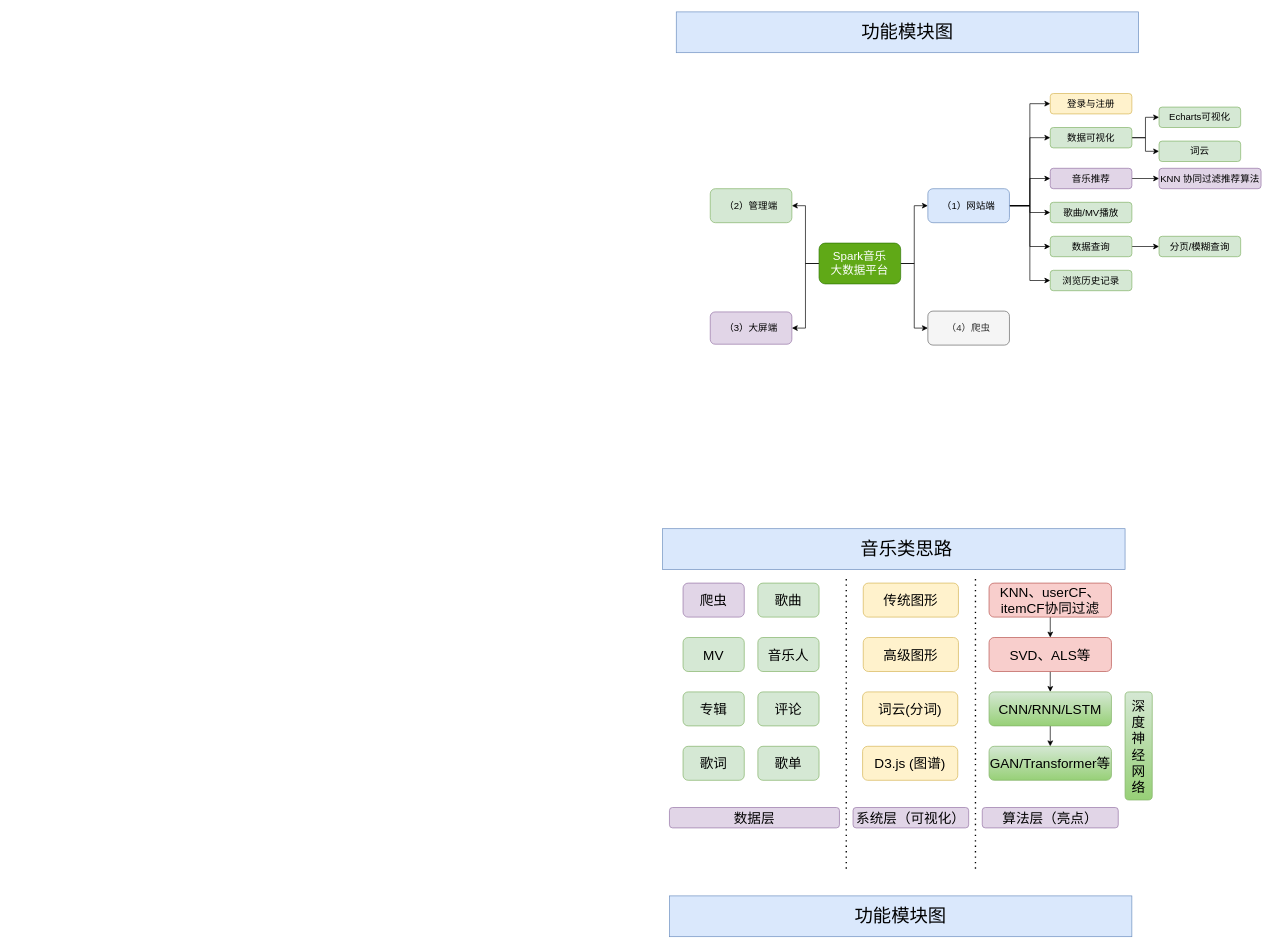
Above: SPARK/01-Music.drawio in redcomet88/DRAW (draw.io), before the change. Source tidied: cells renumbered, new cells numbered last; positions are measured from the earlier drawing's top-left corner, leaving out a move shared by most shapes. Both pictures are drawn from the tidied source at 68%, with x=0, y=0 at pixel (662, 12).
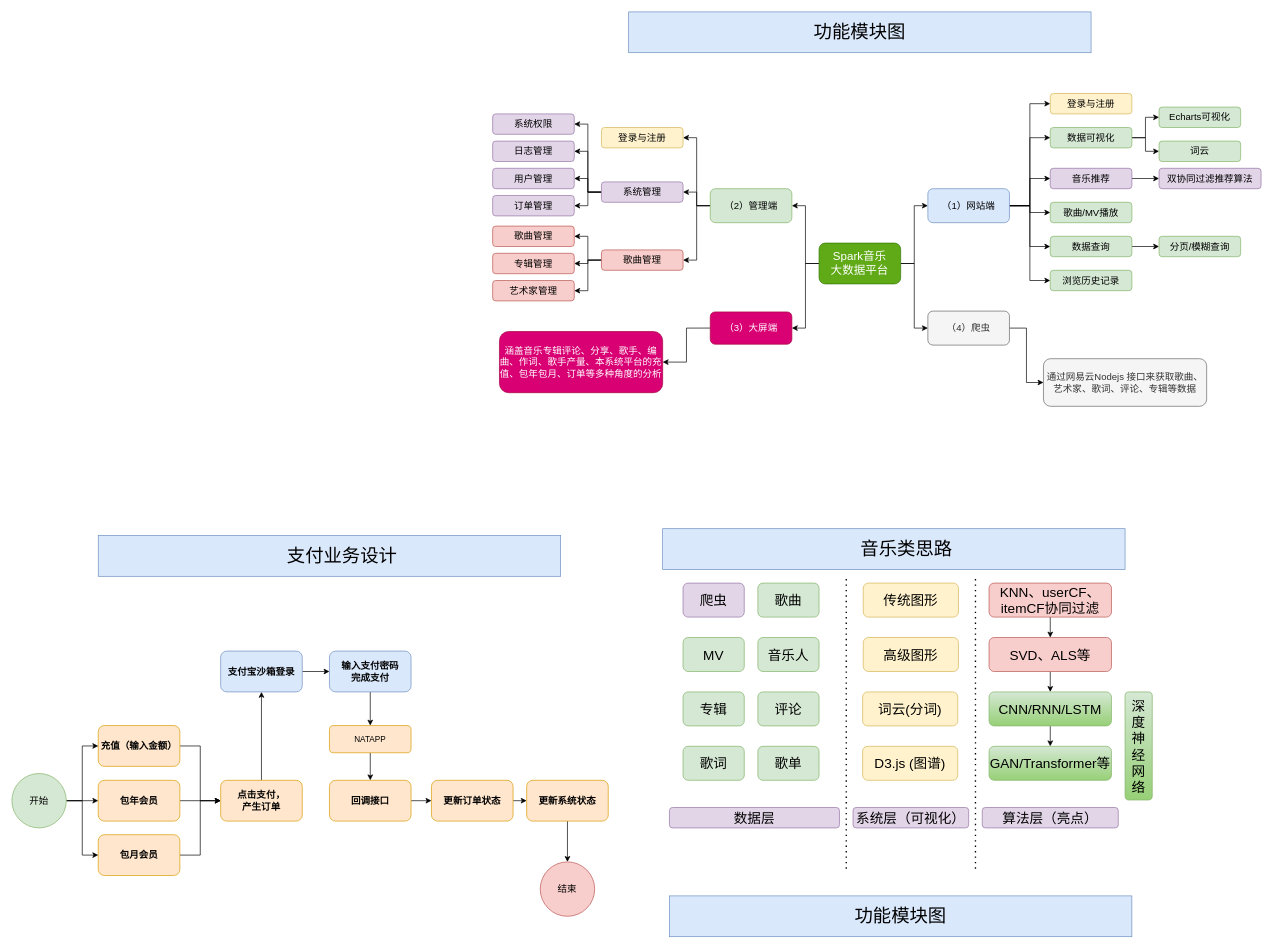
Above is the later version.

The change refers to these unchanged cells:
```xml
<mxCell id="31" value="（4）爬虫" style="rounded=1;whiteSpace=wrap;html=1;fontSize=14;fillColor=#f5f5f5;strokeColor=#666666;fontColor=#333333;" parent="1" vertex="1">
  <mxGeometry x="390" y="440" width="120" height="50" as="geometry" />
</mxCell>
<mxCell id="58" value="（2）管理端" style="rounded=1;whiteSpace=wrap;html=1;fontSize=14;fillColor=#d5e8d4;strokeColor=#82b366;" parent="1" vertex="1">
  <mxGeometry x="70" y="260" width="120" height="50" as="geometry" />
</mxCell>
```

Diff of the diagram source:
```diff
@@
     <mxCell id="10" value="功能模块图" style="text;html=1;strokeColor=#6c8ebf;fillColor=#dae8fc;align=center;verticalAlign=middle;whiteSpace=wrap;rounded=0;fontSize=27;" parent="1" vertex="1">
-      <mxGeometry x="20" width="680" height="60" as="geometry" />
+      <mxGeometry x="-50" width="680" height="60" as="geometry" />
     </mxCell>
@@
-    <mxCell id="30" value="KNN 协同过滤推荐算法" style="rounded=1;whiteSpace=wrap;html=1;fontSize=14;fillColor=#e1d5e7;strokeColor=#9673a6;" parent="1" vertex="1">
+    <mxCell id="30" value="双协同过滤推荐算法" style="rounded=1;whiteSpace=wrap;html=1;fontSize=14;fillColor=#e1d5e7;strokeColor=#9673a6;" parent="1" vertex="1">
       <mxGeometry x="730" y="230" width="150" height="30" as="geometry" />
     </mxCell>
+    <mxCell id="60" style="edgeStyle=orthogonalEdgeStyle;rounded=0;jettySize=auto;html=1;exitX=1;exitY=0.5;exitDx=0;exitDy=0;entryX=0;entryY=0.5;entryDx=0;entryDy=0;" parent="1" edge="1" source="31" target="83">
+      <mxGeometry relative="1" as="geometry" />
+    </mxCell>
@@
+    <mxCell id="61" style="edgeStyle=orthogonalEdgeStyle;rounded=0;jettySize=auto;html=1;exitX=0;exitY=0.5;exitDx=0;exitDy=0;entryX=1;entryY=0.5;entryDx=0;entryDy=0;" parent="1" edge="1" source="58" target="76">
+      <mxGeometry relative="1" as="geometry" />
+    </mxCell>
+    <mxCell id="62" style="edgeStyle=orthogonalEdgeStyle;rounded=0;jettySize=auto;html=1;exitX=0;exitY=0.5;exitDx=0;exitDy=0;entryX=1;entryY=0.5;entryDx=0;entryDy=0;" parent="1" edge="1" source="58" target="81">
+      <mxGeometry relative="1" as="geometry" />
+    </mxCell>
+    <mxCell id="63" style="edgeStyle=orthogonalEdgeStyle;rounded=0;jettySize=auto;html=1;exitX=0;exitY=0.5;exitDx=0;exitDy=0;entryX=1;entryY=0.5;entryDx=0;entryDy=0;" parent="1" edge="1" source="58" target="66">
+      <mxGeometry relative="1" as="geometry" />
+    </mxCell>
@@
+    <mxCell id="64" style="edgeStyle=orthogonalEdgeStyle;rounded=0;jettySize=auto;html=1;exitX=0;exitY=0.5;exitDx=0;exitDy=0;entryX=1;entryY=0.5;entryDx=0;entryDy=0;" parent="1" edge="1" source="59" target="82">
+      <mxGeometry relative="1" as="geometry" />
+    </mxCell>
-    <mxCell id="59" value="（3）大屏端" style="rounded=1;whiteSpace=wrap;html=1;fontSize=14;fillColor=#e1d5e7;strokeColor=#9673a6;" parent="1" vertex="1">
+    <mxCell id="59" value="（3）大屏端" style="rounded=1;whiteSpace=wrap;html=1;fontSize=14;fillColor=#d80073;strokeColor=#A50040;fontColor=#ffffff;" parent="1" vertex="1">
       <mxGeometry x="70" y="441.2" width="120" height="47.5" as="geometry" />
     </mxCell>
+    <mxCell id="65" value="用户管理" style="rounded=1;whiteSpace=wrap;html=1;fontSize=14;fillColor=#e1d5e7;strokeColor=#9673a6;" parent="1" vertex="1">
+      <mxGeometry x="-250" y="230" width="120" height="30" as="geometry" />
+    </mxCell>
+    <mxCell id="66" value="登录与注册" style="rounded=1;whiteSpace=wrap;html=1;fontSize=14;fillColor=#fff2cc;strokeColor=#d6b656;" parent="1" vertex="1">
+      <mxGeometry x="-90" y="170" width="120" height="30" as="geometry" />
+    </mxCell>
+    <mxCell id="67" value="系统权限" style="rounded=1;whiteSpace=wrap;html=1;fontSize=14;fillColor=#e1d5e7;strokeColor=#9673a6;" parent="1" vertex="1">
+      <mxGeometry x="-250" y="150" width="120" height="30" as="geometry" />
+    </mxCell>
+    <mxCell id="68" value="歌曲管理" style="rounded=1;whiteSpace=wrap;html=1;fontSize=14;fillColor=#f8cecc;strokeColor=#b85450;" parent="1" vertex="1">
+      <mxGeometry x="-250" y="315" width="120" height="30" as="geometry" />
+    </mxCell>
+    <mxCell id="69" value="专辑管理" style="rounded=1;whiteSpace=wrap;html=1;fontSize=14;fillColor=#f8cecc;strokeColor=#b85450;" parent="1" vertex="1">
+      <mxGeometry x="-250" y="355" width="120" height="30" as="geometry" />
+    </mxCell>
+    <mxCell id="70" value="艺术家管理" style="rounded=1;whiteSpace=wrap;html=1;fontSize=14;fillColor=#f8cecc;strokeColor=#b85450;" parent="1" vertex="1">
+      <mxGeometry x="-250" y="395" width="120" height="30" as="geometry" />
+    </mxCell>
+    <mxCell id="71" value="订单管理" style="rounded=1;whiteSpace=wrap;html=1;fontSize=14;fillColor=#e1d5e7;strokeColor=#9673a6;" parent="1" vertex="1">
+      <mxGeometry x="-250" y="270" width="120" height="30" as="geometry" />
+    </mxCell>
+    <mxCell id="72" value="日志管理" style="rounded=1;whiteSpace=wrap;html=1;fontSize=14;fillColor=#e1d5e7;strokeColor=#9673a6;" parent="1" vertex="1">
+      <mxGeometry x="-250" y="190" width="120" height="30" as="geometry" />
+    </mxCell>
+    <mxCell id="73" style="edgeStyle=orthogonalEdgeStyle;rounded=0;jettySize=auto;html=1;exitX=0;exitY=0.5;exitDx=0;exitDy=0;entryX=1;entryY=0.5;entryDx=0;entryDy=0;" parent="1" edge="1" source="76" target="68">
+      <mxGeometry relative="1" as="geometry" />
+    </mxCell>
+    <mxCell id="74" style="edgeStyle=orthogonalEdgeStyle;rounded=0;jettySize=auto;html=1;exitX=0;exitY=0.5;exitDx=0;exitDy=0;entryX=1;entryY=0.5;entryDx=0;entryDy=0;" parent="1" edge="1" source="76" target="69">
+      <mxGeometry relative="1" as="geometry" />
+    </mxCell>
+    <mxCell id="75" style="edgeStyle=orthogonalEdgeStyle;rounded=0;jettySize=auto;html=1;exitX=0;exitY=0.5;exitDx=0;exitDy=0;entryX=1;entryY=0.5;entryDx=0;entryDy=0;" parent="1" edge="1" source="76" target="70">
+      <mxGeometry relative="1" as="geometry" />
+    </mxCell>
+    <mxCell id="76" value="歌曲管理" style="rounded=1;whiteSpace=wrap;html=1;fontSize=14;fillColor=#f8cecc;strokeColor=#b85450;" parent="1" vertex="1">
+      <mxGeometry x="-90" y="350" width="120" height="30" as="geometry" />
+    </mxCell>
+    <mxCell id="77" style="edgeStyle=orthogonalEdgeStyle;rounded=0;jettySize=auto;html=1;exitX=0;exitY=0.5;exitDx=0;exitDy=0;entryX=1;entryY=0.5;entryDx=0;entryDy=0;" parent="1" edge="1" source="81" target="72">
+      <mxGeometry relative="1" as="geometry" />
+    </mxCell>
+    <mxCell id="78" style="edgeStyle=orthogonalEdgeStyle;rounded=0;jettySize=auto;html=1;exitX=0;exitY=0.5;exitDx=0;exitDy=0;entryX=1;entryY=0.5;entryDx=0;entryDy=0;" parent="1" edge="1" source="81" target="65">
+      <mxGeometry relative="1" as="geometry" />
+    </mxCell>
+    <mxCell id="79" style="edgeStyle=orthogonalEdgeStyle;rounded=0;jettySize=auto;html=1;exitX=0;exitY=0.5;exitDx=0;exitDy=0;entryX=1;entryY=0.5;entryDx=0;entryDy=0;" parent="1" edge="1" source="81" target="71">
+      <mxGeometry relative="1" as="geometry" />
+    </mxCell>
+    <mxCell id="80" style="edgeStyle=orthogonalEdgeStyle;rounded=0;jettySize=auto;html=1;exitX=0;exitY=0.5;exitDx=0;exitDy=0;entryX=1;entryY=0.5;entryDx=0;entryDy=0;" parent="1" edge="1" source="81" target="67">
+      <mxGeometry relative="1" as="geometry" />
+    </mxCell>
+    <mxCell id="81" value="系统管理" style="rounded=1;whiteSpace=wrap;html=1;fontSize=14;fillColor=#e1d5e7;strokeColor=#9673a6;" parent="1" vertex="1">
+      <mxGeometry x="-90" y="250" width="120" height="30" as="geometry" />
+    </mxCell>
+    <mxCell id="82" value="涵盖音乐专辑评论、分享、歌手、编曲、作词、歌手产量、本系统平台的充值、包年包月、订单等多种角度的分析" style="rounded=1;whiteSpace=wrap;html=1;fontSize=14;fillColor=#d80073;strokeColor=#A50040;fontColor=#ffffff;" parent="1" vertex="1">
+      <mxGeometry x="-240" y="470" width="240" height="90" as="geometry" />
+    </mxCell>
+    <mxCell id="83" value="通过网易云Nodejs 接口来获取歌曲、艺术家、歌词、评论、专辑等数据" style="rounded=1;whiteSpace=wrap;html=1;fontSize=14;fillColor=#f5f5f5;strokeColor=#666666;fontColor=#333333;" parent="1" vertex="1">
+      <mxGeometry x="560" y="510" width="240" height="70" as="geometry" />
+    </mxCell>
+    <mxCell id="84" value="&amp;nbsp; &amp;nbsp; &amp;nbsp;支付业务设计" style="text;html=1;strokeColor=#6c8ebf;fillColor=#dae8fc;align=center;verticalAlign=middle;whiteSpace=wrap;rounded=0;fontSize=27;" parent="1" vertex="1">
+      <mxGeometry x="-830" y="770" width="680" height="60" as="geometry" />
+    </mxCell>
+    <mxCell id="85" style="edgeStyle=orthogonalEdgeStyle;rounded=0;jettySize=auto;html=1;exitX=1;exitY=0.5;exitDx=0;exitDy=0;entryX=0;entryY=0.5;entryDx=0;entryDy=0;fontSize=14;" parent="1" edge="1" source="86" target="92">
+      <mxGeometry relative="1" as="geometry" />
+    </mxCell>
+    <mxCell id="86" value="充值（输入金额）" style="rounded=1;whiteSpace=wrap;html=1;fontStyle=1;fontSize=14;fillColor=#ffe6cc;strokeColor=#d79b00;" parent="1" vertex="1">
+      <mxGeometry x="-830" y="1049.5" width="120" height="60" as="geometry" />
+    </mxCell>
+    <mxCell id="87" style="edgeStyle=orthogonalEdgeStyle;rounded=0;jettySize=auto;html=1;exitX=1;exitY=0.5;exitDx=0;exitDy=0;fontSize=14;" parent="1" edge="1" source="88">
+      <mxGeometry relative="1" as="geometry">
+        <mxPoint x="-650" y="1160" as="targetPoint" />
+      </mxGeometry>
+    </mxCell>
+    <mxCell id="88" value="包年会员" style="rounded=1;whiteSpace=wrap;html=1;fontStyle=1;fontSize=14;fillColor=#ffe6cc;strokeColor=#d79b00;" parent="1" vertex="1">
+      <mxGeometry x="-830" y="1130" width="120" height="60" as="geometry" />
+    </mxCell>
+    <mxCell id="89" style="edgeStyle=orthogonalEdgeStyle;rounded=0;jettySize=auto;html=1;exitX=1;exitY=0.5;exitDx=0;exitDy=0;entryX=0;entryY=0.5;entryDx=0;entryDy=0;fontSize=14;" parent="1" edge="1" source="90" target="92">
+      <mxGeometry relative="1" as="geometry" />
+    </mxCell>
+    <mxCell id="90" value="包月会员" style="rounded=1;whiteSpace=wrap;html=1;fontStyle=1;fontSize=14;fillColor=#ffe6cc;strokeColor=#d79b00;" parent="1" vertex="1">
+      <mxGeometry x="-830" y="1210" width="120" height="60" as="geometry" />
+    </mxCell>
+    <mxCell id="91" style="edgeStyle=orthogonalEdgeStyle;rounded=0;jettySize=auto;html=1;exitX=0.5;exitY=0;exitDx=0;exitDy=0;entryX=0.5;entryY=1;entryDx=0;entryDy=0;fontSize=14;" parent="1" edge="1" source="92" target="94">
+      <mxGeometry relative="1" as="geometry" />
+    </mxCell>
+    <mxCell id="92" value="点击支付，&lt;br&gt;产生订单" style="rounded=1;whiteSpace=wrap;html=1;fontStyle=1;fontSize=14;fillColor=#ffe6cc;strokeColor=#d79b00;" parent="1" vertex="1">
+      <mxGeometry x="-650" y="1130" width="120" height="60" as="geometry" />
+    </mxCell>
+    <mxCell id="93" style="edgeStyle=orthogonalEdgeStyle;rounded=0;jettySize=auto;html=1;exitX=1;exitY=0.5;exitDx=0;exitDy=0;entryX=0;entryY=0.5;entryDx=0;entryDy=0;fontSize=14;" parent="1" edge="1" source="94" target="96">
+      <mxGeometry relative="1" as="geometry" />
+    </mxCell>
+    <mxCell id="94" value="支付宝沙箱登录" style="rounded=1;whiteSpace=wrap;html=1;fontStyle=1;fontSize=14;fillColor=#dae8fc;strokeColor=#6c8ebf;" parent="1" vertex="1">
+      <mxGeometry x="-650" y="940" width="120" height="60" as="geometry" />
+    </mxCell>
+    <mxCell id="95" style="edgeStyle=orthogonalEdgeStyle;rounded=0;jettySize=auto;html=1;exitX=0.5;exitY=1;exitDx=0;exitDy=0;fontSize=14;entryX=0.5;entryY=0;entryDx=0;entryDy=0;" parent="1" edge="1" source="96" target="109">
+      <mxGeometry relative="1" as="geometry" />
+    </mxCell>
+    <mxCell id="96" value="输入支付密码&lt;br&gt;完成支付" style="rounded=1;whiteSpace=wrap;html=1;fontStyle=1;fontSize=14;fillColor=#dae8fc;strokeColor=#6c8ebf;" parent="1" vertex="1">
+      <mxGeometry x="-490" y="940" width="120" height="60" as="geometry" />
+    </mxCell>
+    <mxCell id="97" style="edgeStyle=orthogonalEdgeStyle;rounded=0;jettySize=auto;html=1;exitX=1;exitY=0.5;exitDx=0;exitDy=0;entryX=0;entryY=0.5;entryDx=0;entryDy=0;fontSize=14;" parent="1" edge="1" source="98" target="100">
+      <mxGeometry relative="1" as="geometry" />
+    </mxCell>
+    <mxCell id="98" value="回调接口" style="rounded=1;whiteSpace=wrap;html=1;fontStyle=1;fontSize=14;fillColor=#ffe6cc;strokeColor=#d79b00;" parent="1" vertex="1">
+      <mxGeometry x="-490" y="1130" width="120" height="60" as="geometry" />
+    </mxCell>
+    <mxCell id="99" style="edgeStyle=orthogonalEdgeStyle;rounded=0;jettySize=auto;html=1;exitX=1;exitY=0.5;exitDx=0;exitDy=0;entryX=0;entryY=0.5;entryDx=0;entryDy=0;fontSize=14;" parent="1" edge="1" source="100" target="102">
+      <mxGeometry relative="1" as="geometry" />
+    </mxCell>
+    <mxCell id="100" value="更新订单状态" style="rounded=1;whiteSpace=wrap;html=1;fontStyle=1;fontSize=14;fillColor=#ffe6cc;strokeColor=#d79b00;" parent="1" vertex="1">
+      <mxGeometry x="-340" y="1130" width="120" height="60" as="geometry" />
+    </mxCell>
+    <mxCell id="101" style="edgeStyle=orthogonalEdgeStyle;rounded=0;jettySize=auto;html=1;exitX=0.5;exitY=1;exitDx=0;exitDy=0;fontSize=14;" parent="1" edge="1" source="102" target="107">
+      <mxGeometry relative="1" as="geometry" />
+    </mxCell>
+    <mxCell id="102" value="更新系统状态" style="rounded=1;whiteSpace=wrap;html=1;fontStyle=1;fontSize=14;fillColor=#ffe6cc;strokeColor=#d79b00;" parent="1" vertex="1">
+      <mxGeometry x="-200" y="1130" width="120" height="60" as="geometry" />
+    </mxCell>
+    <mxCell id="103" style="edgeStyle=orthogonalEdgeStyle;rounded=0;jettySize=auto;html=1;exitX=1;exitY=0.5;exitDx=0;exitDy=0;entryX=0;entryY=0.5;entryDx=0;entryDy=0;fontSize=14;" parent="1" edge="1" source="106" target="88">
+      <mxGeometry relative="1" as="geometry" />
+    </mxCell>
+    <mxCell id="104" style="edgeStyle=orthogonalEdgeStyle;rounded=0;jettySize=auto;html=1;exitX=1;exitY=0.5;exitDx=0;exitDy=0;entryX=0;entryY=0.5;entryDx=0;entryDy=0;fontSize=14;" parent="1" edge="1" source="106" target="86">
+      <mxGeometry relative="1" as="geometry" />
+    </mxCell>
+    <mxCell id="105" style="edgeStyle=orthogonalEdgeStyle;rounded=0;jettySize=auto;html=1;exitX=1;exitY=0.5;exitDx=0;exitDy=0;entryX=0;entryY=0.5;entryDx=0;entryDy=0;fontSize=14;" parent="1" edge="1" source="106" target="90">
+      <mxGeometry relative="1" as="geometry" />
+    </mxCell>
+    <mxCell id="106" value="开始" style="ellipse;whiteSpace=wrap;html=1;fontSize=14;fillColor=#d5e8d4;strokeColor=#82b366;" parent="1" vertex="1">
+      <mxGeometry x="-957" y="1120" width="80" height="80" as="geometry" />
+    </mxCell>
+    <mxCell id="107" value="结束" style="ellipse;whiteSpace=wrap;html=1;fontSize=14;fillColor=#f8cecc;strokeColor=#b85450;" parent="1" vertex="1">
+      <mxGeometry x="-180" y="1250" width="80" height="80" as="geometry" />
+    </mxCell>
+    <mxCell id="108" style="edgeStyle=orthogonalEdgeStyle;rounded=0;jettySize=auto;html=1;exitX=0.5;exitY=1;exitDx=0;exitDy=0;entryX=0.5;entryY=0;entryDx=0;entryDy=0;" parent="1" edge="1" source="109" target="98">
+      <mxGeometry relative="1" as="geometry" />
+    </mxCell>
+    <mxCell id="109" value="NATAPP" style="rounded=1;whiteSpace=wrap;html=1;fillColor=#ffe6cc;strokeColor=#d79b00;" parent="1" vertex="1">
+      <mxGeometry x="-490" y="1049.5" width="120" height="40" as="geometry" />
+    </mxCell>
```
